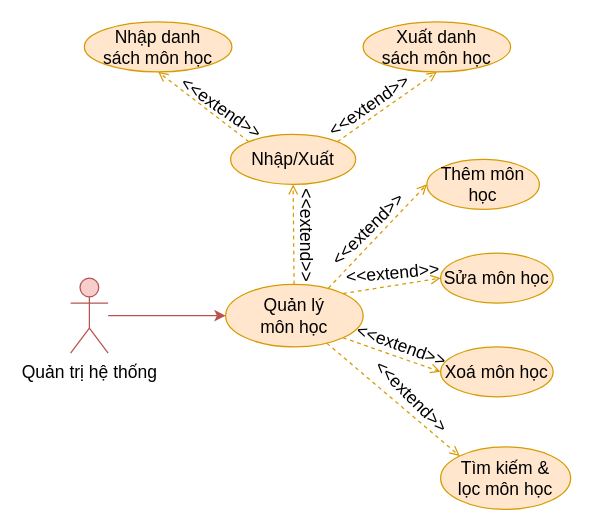
This is document/temp/draw/usecase_phanra/usecase_monhoc.drawio from copecute/Edudex-Quiz, a draw.io file, before an edit. Source tidied: cells renumbered, new cells numbered last; positions are measured from the earlier drawing's top-left corner, leaving out a move shared by most shapes. Both pictures are drawn from the tidied source at 125%, with x=0, y=0 at pixel (70, 21).
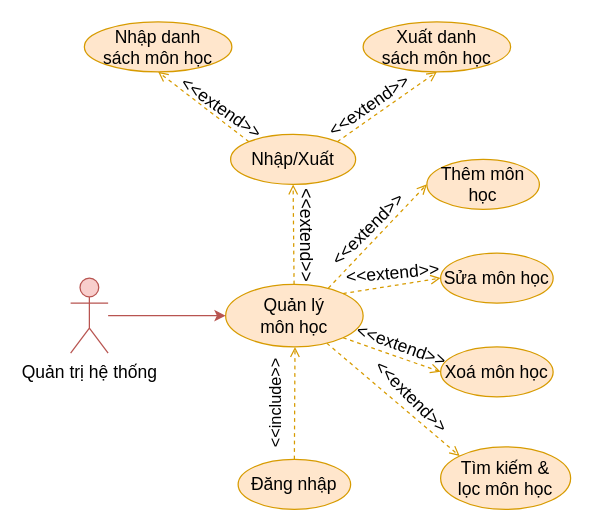
After the change.

The edit, as a diff of the source:
```diff
@@
+    <mxCell id="26" style="rounded=0;jettySize=auto;html=1;exitX=0.5;exitY=0;exitDx=0;exitDy=0;entryX=0.5;entryY=1;entryDx=0;entryDy=0;fillColor=#ffe6cc;strokeColor=#d79b00;endArrow=open;endFill=0;dashed=1;" parent="1" edge="1" source="27">
+      <mxGeometry relative="1" as="geometry">
+        <mxPoint x="179.5" y="260" as="targetPoint" />
+      </mxGeometry>
+    </mxCell>
+    <mxCell id="27" value="Đăng nhập" style="ellipse;whiteSpace=wrap;html=1;fillColor=#ffe6cc;strokeColor=#d79b00;fontSize=14;" parent="1" vertex="1">
+      <mxGeometry x="134" y="350" width="90" height="40" as="geometry" />
+    </mxCell>
+    <mxCell id="28" value="&lt;font style=&quot;font-size: 13px;&quot;&gt;&amp;lt;&amp;lt;include&amp;gt;&amp;gt;&lt;/font&gt;" style="text;html=1;strokeColor=none;fillColor=none;align=center;verticalAlign=middle;whiteSpace=wrap;rounded=0;rotation=-90;fontSize=13;" parent="1" vertex="1">
+      <mxGeometry x="134" y="290" width="60" height="30" as="geometry" />
+    </mxCell>
```
